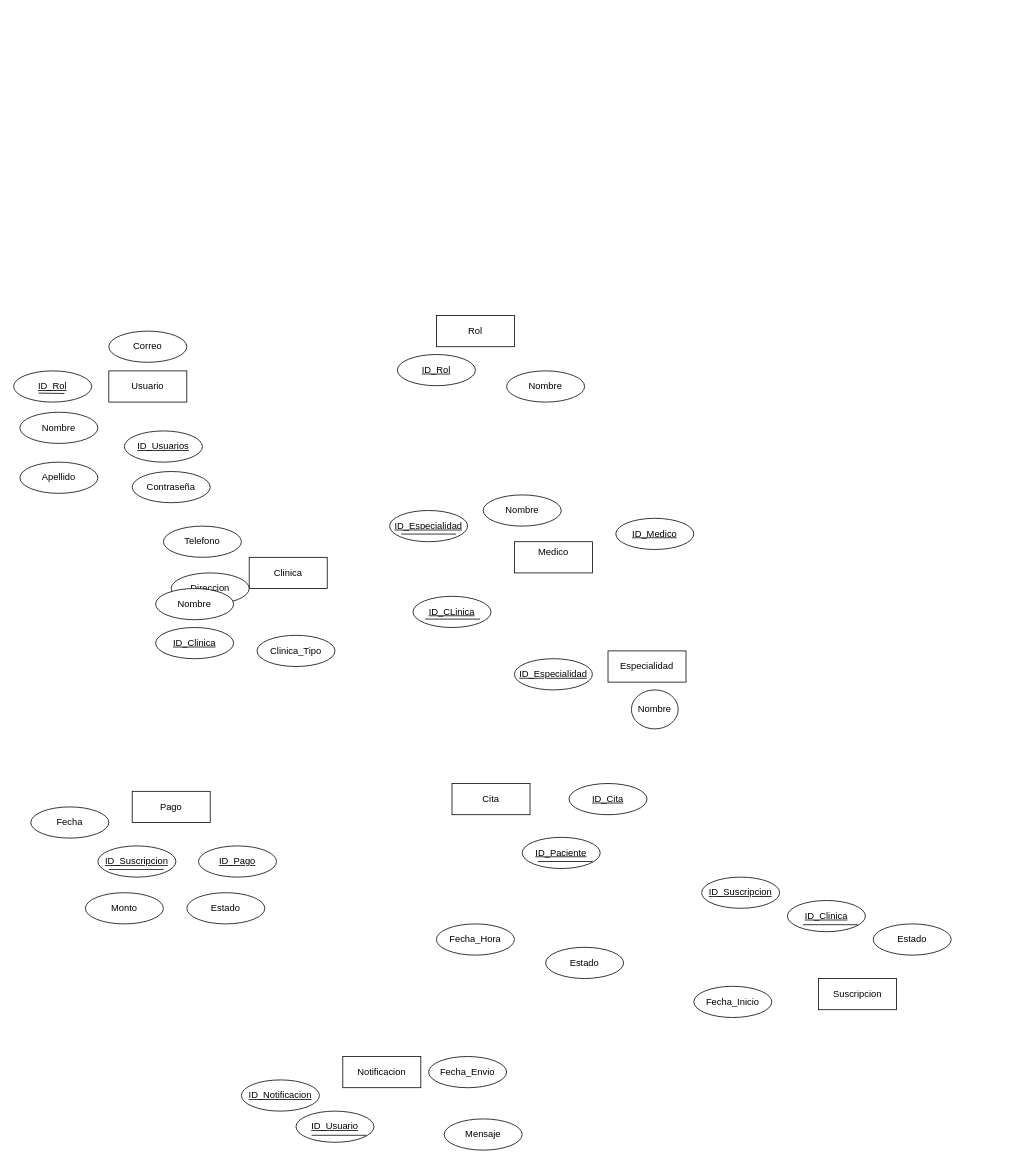
The draw.io diagram ProyectoBasedeDatos.drawio in Csandoval-dev/EtlExamenI, before the edit. Source tidied: cells renumbered, new cells numbered last; positions are measured from the earlier drawing's top-left corner, leaving out a move shared by most shapes. Both pictures are drawn from the tidied source at 78%, with x=0, y=0 at pixel (13, 315).
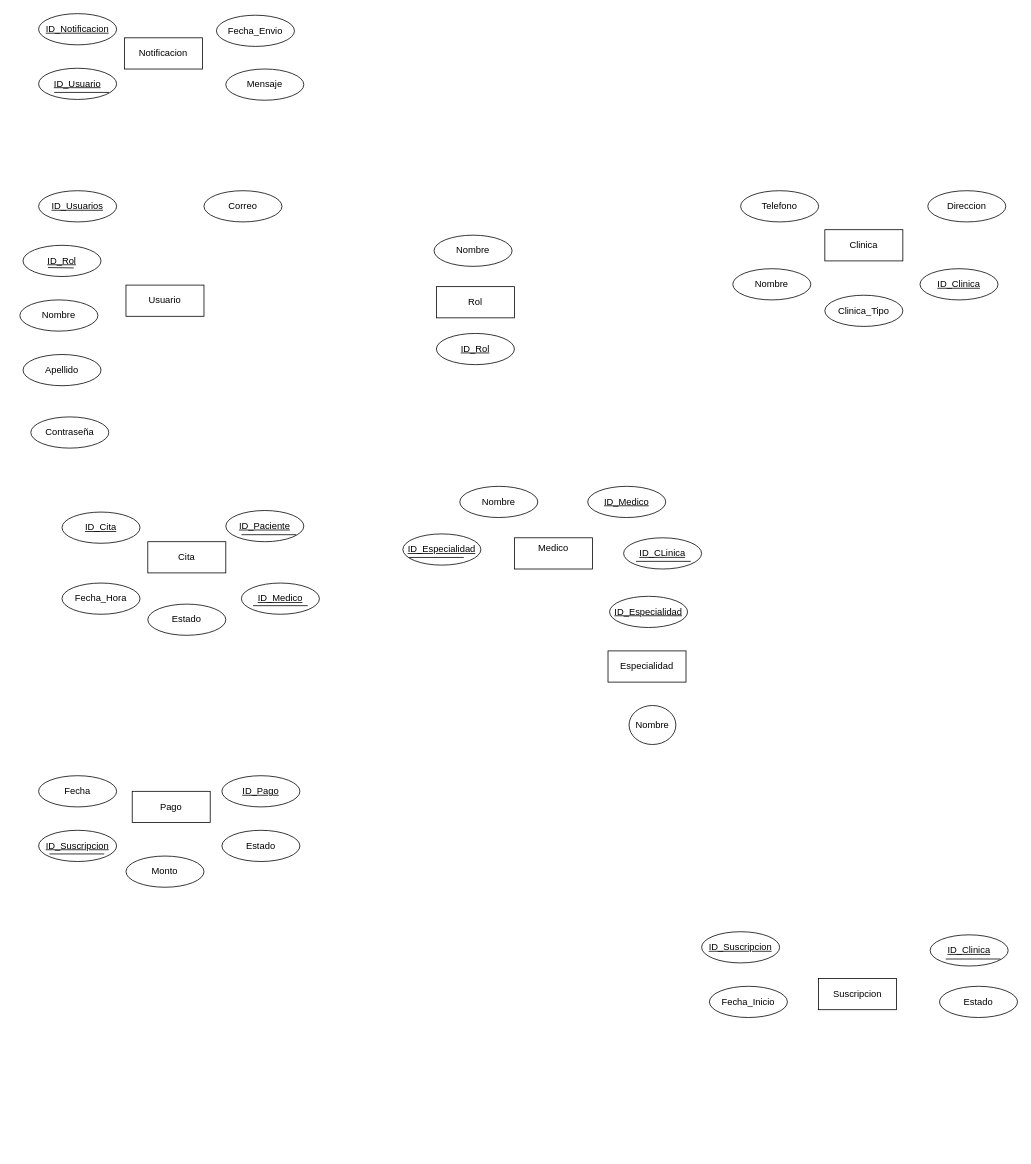
Above is the later version.

What changed in the source:
```diff
@@
     <mxCell id="2" value="Usuario" style="whiteSpace=wrap;html=1;align=center;" parent="1" vertex="1">
-      <mxGeometry x="122" y="71" width="100" height="40" as="geometry" />
+      <mxGeometry x="144" y="-39" width="100" height="40" as="geometry" />
     </mxCell>
     <mxCell id="3" value="Clinica" style="whiteSpace=wrap;html=1;align=center;" parent="1" vertex="1">
-      <mxGeometry x="302" y="310" width="100" height="40" as="geometry" />
+      <mxGeometry x="1040" y="-110" width="100" height="40" as="geometry" />
     </mxCell>
     <mxCell id="4" value="Medico&lt;div&gt;&lt;br&gt;&lt;/div&gt;" style="whiteSpace=wrap;html=1;align=center;" parent="1" vertex="1">
-      <mxGeometry x="642" y="290" width="100" height="40" as="geometry" />
+      <mxGeometry x="642" y="285" width="100" height="40" as="geometry" />
     </mxCell>
@@
     <mxCell id="8" value="ID_Rol" style="ellipse;whiteSpace=wrap;html=1;align=center;fontStyle=4;" parent="1" vertex="1">
-      <mxGeometry y="71" width="100" height="40" as="geometry" />
+      <mxGeometry x="12" y="-90" width="100" height="40" as="geometry" />
     </mxCell>
     <mxCell id="9" value="Nombre" style="ellipse;whiteSpace=wrap;html=1;align=center;" parent="1" vertex="1">
-      <mxGeometry x="8" y="124" width="100" height="40" as="geometry" />
+      <mxGeometry x="8" y="-20" width="100" height="40" as="geometry" />
     </mxCell>
     <mxCell id="10" value="Apellido" style="ellipse;whiteSpace=wrap;html=1;align=center;" parent="1" vertex="1">
-      <mxGeometry x="8" y="188" width="100" height="40" as="geometry" />
+      <mxGeometry x="12" y="50" width="100" height="40" as="geometry" />
     </mxCell>
     <mxCell id="11" value="Contraseña" style="ellipse;whiteSpace=wrap;html=1;align=center;" parent="1" vertex="1">
-      <mxGeometry x="152" y="200" width="100" height="40" as="geometry" />
+      <mxGeometry x="22" y="130" width="100" height="40" as="geometry" />
     </mxCell>
     <mxCell id="12" value="Correo" style="ellipse;whiteSpace=wrap;html=1;align=center;" parent="1" vertex="1">
-      <mxGeometry x="122" y="20" width="100" height="40" as="geometry" />
+      <mxGeometry x="244" y="-160" width="100" height="40" as="geometry" />
     </mxCell>
     <mxCell id="13" value="ID_Usuarios" style="ellipse;whiteSpace=wrap;html=1;align=center;fontStyle=4;" parent="1" vertex="1">
-      <mxGeometry x="142" y="148" width="100" height="40" as="geometry" />
+      <mxGeometry x="32" y="-160" width="100" height="40" as="geometry" />
     </mxCell>
     <mxCell id="14" style="endArrow=none;html=1;rounded=0;" parent="1" edge="1">
       <mxGeometry relative="1" as="geometry">
-        <mxPoint x="32" y="99.5" as="sourcePoint" />
-        <mxPoint x="65" y="100" as="targetPoint" />
+        <mxPoint x="44" y="-61.5" as="sourcePoint" />
+        <mxPoint x="77" y="-61" as="targetPoint" />
       </mxGeometry>
     </mxCell>
     <mxCell id="15" value="Rol" style="whiteSpace=wrap;html=1;align=center;" parent="1" vertex="1">
-      <mxGeometry x="542" width="100" height="40" as="geometry" />
+      <mxGeometry x="542" y="-37" width="100" height="40" as="geometry" />
     </mxCell>
     <mxCell id="16" value="ID_Rol" style="ellipse;whiteSpace=wrap;html=1;align=center;fontStyle=4;" parent="1" vertex="1">
-      <mxGeometry x="492" y="50" width="100" height="40" as="geometry" />
+      <mxGeometry x="542" y="23" width="100" height="40" as="geometry" />
     </mxCell>
     <mxCell id="17" value="Nombre" style="ellipse;whiteSpace=wrap;html=1;align=center;" parent="1" vertex="1">
-      <mxGeometry x="632" y="71" width="100" height="40" as="geometry" />
+      <mxGeometry x="539" y="-103" width="100" height="40" as="geometry" />
     </mxCell>
     <mxCell id="18" value="ID_Clinica" style="ellipse;whiteSpace=wrap;html=1;align=center;fontStyle=4;" parent="1" vertex="1">
-      <mxGeometry x="182" y="400" width="100" height="40" as="geometry" />
+      <mxGeometry x="1162" y="-60" width="100" height="40" as="geometry" />
     </mxCell>
     <mxCell id="19" value="Monto" style="ellipse;whiteSpace=wrap;html=1;align=center;" parent="1" vertex="1">
-      <mxGeometry x="92" y="740" width="100" height="40" as="geometry" />
+      <mxGeometry x="144" y="693" width="100" height="40" as="geometry" />
     </mxCell>
     <mxCell id="20" value="Telefono" style="ellipse;whiteSpace=wrap;html=1;align=center;" parent="1" vertex="1">
-      <mxGeometry x="192" y="270" width="100" height="40" as="geometry" />
+      <mxGeometry x="932" y="-160" width="100" height="40" as="geometry" />
     </mxCell>
     <mxCell id="21" value="Direccion" style="ellipse;whiteSpace=wrap;html=1;align=center;" parent="1" vertex="1">
-      <mxGeometry x="202" y="330" width="100" height="40" as="geometry" />
+      <mxGeometry x="1172" y="-160" width="100" height="40" as="geometry" />
     </mxCell>
     <mxCell id="22" value="Nombre" style="ellipse;whiteSpace=wrap;html=1;align=center;" parent="1" vertex="1">
-      <mxGeometry x="182" y="350" width="100" height="40" as="geometry" />
+      <mxGeometry x="922" y="-60" width="100" height="40" as="geometry" />
     </mxCell>
     <mxCell id="23" value="ID_Medico" style="ellipse;whiteSpace=wrap;html=1;align=center;fontStyle=4;" parent="1" vertex="1">
-      <mxGeometry x="772" y="260" width="100" height="40" as="geometry" />
+      <mxGeometry x="736" y="219" width="100" height="40" as="geometry" />
     </mxCell>
     <mxCell id="24" value="Nombre" style="ellipse;whiteSpace=wrap;html=1;align=center;" parent="1" vertex="1">
-      <mxGeometry x="792" y="480" width="60" height="50" as="geometry" />
+      <mxGeometry x="789" y="500" width="60" height="50" as="geometry" />
     </mxCell>
     <mxCell id="25" value="ID_Especialidad" style="ellipse;whiteSpace=wrap;html=1;align=center;fontStyle=4;" parent="1" vertex="1">
-      <mxGeometry x="482" y="250" width="100" height="40" as="geometry" />
+      <mxGeometry x="499" y="280" width="100" height="40" as="geometry" />
     </mxCell>
     <mxCell id="26" style="endArrow=none;html=1;rounded=0;exitX=0;exitY=1;exitDx=0;exitDy=0;entryX=1;entryY=1;entryDx=0;entryDy=0;" parent="1" edge="1">
       <mxGeometry relative="1" as="geometry">
-        <mxPoint x="496.9" y="280.2" as="sourcePoint" />
-        <mxPoint x="567.1" y="280.2" as="targetPoint" />
+        <mxPoint x="506.9" y="310.2" as="sourcePoint" />
+        <mxPoint x="577.1" y="310.2" as="targetPoint" />
       </mxGeometry>
     </mxCell>
     <mxCell id="27" value="ID_CLinica" style="ellipse;whiteSpace=wrap;html=1;align=center;fontStyle=4;" parent="1" vertex="1">
-      <mxGeometry x="512" y="360" width="100" height="40" as="geometry" />
+      <mxGeometry x="782" y="285" width="100" height="40" as="geometry" />
     </mxCell>
     <mxCell id="28" value="ID_Especialidad" style="ellipse;whiteSpace=wrap;html=1;align=center;fontStyle=4;" parent="1" vertex="1">
-      <mxGeometry x="642" y="440" width="100" height="40" as="geometry" />
+      <mxGeometry x="764" y="360" width="100" height="40" as="geometry" />
     </mxCell>
     <mxCell id="29" value="Nombre" style="ellipse;whiteSpace=wrap;html=1;align=center;" parent="1" vertex="1">
-      <mxGeometry x="602" y="230" width="100" height="40" as="geometry" />
+      <mxGeometry x="572" y="219" width="100" height="40" as="geometry" />
     </mxCell>
     <mxCell id="30" value="Cita" style="whiteSpace=wrap;html=1;align=center;" parent="1" vertex="1">
-      <mxGeometry x="562" y="600" width="100" height="40" as="geometry" />
+      <mxGeometry x="172" y="290" width="100" height="40" as="geometry" />
     </mxCell>
     <mxCell id="31" value="ID_Suscripcion" style="ellipse;whiteSpace=wrap;html=1;align=center;fontStyle=4;" parent="1" vertex="1">
-      <mxGeometry x="882" y="720" width="100" height="40" as="geometry" />
+      <mxGeometry x="882" y="790" width="100" height="40" as="geometry" />
     </mxCell>
     <mxCell id="32" value="ID_Paciente" style="ellipse;whiteSpace=wrap;html=1;align=center;fontStyle=4;" parent="1" vertex="1">
-      <mxGeometry x="652" y="669" width="100" height="40" as="geometry" />
+      <mxGeometry x="272" y="250" width="100" height="40" as="geometry" />
     </mxCell>
     <mxCell id="33" value="ID_Pago" style="ellipse;whiteSpace=wrap;html=1;align=center;fontStyle=4;" parent="1" vertex="1">
-      <mxGeometry x="237" y="680" width="100" height="40" as="geometry" />
+      <mxGeometry x="267" y="590" width="100" height="40" as="geometry" />
     </mxCell>
     <mxCell id="34" style="endArrow=none;html=1;rounded=0;exitX=0;exitY=1;exitDx=0;exitDy=0;entryX=1;entryY=1;entryDx=0;entryDy=0;" parent="1" edge="1">
       <mxGeometry relative="1" as="geometry">
-        <mxPoint x="527.9" y="389.2" as="sourcePoint" />
-        <mxPoint x="598.1" y="389.2" as="targetPoint" />
+        <mxPoint x="797.9" y="315.2" as="sourcePoint" />
+        <mxPoint x="868.1" y="315.2" as="targetPoint" />
       </mxGeometry>
     </mxCell>
     <mxCell id="35" style="endArrow=none;html=1;rounded=0;exitX=0;exitY=1;exitDx=0;exitDy=0;entryX=1;entryY=1;entryDx=0;entryDy=0;" parent="1" edge="1">
       <mxGeometry relative="1" as="geometry">
-        <mxPoint x="672" y="700" as="sourcePoint" />
-        <mxPoint x="742.2" y="700" as="targetPoint" />
+        <mxPoint x="292" y="281" as="sourcePoint" />
+        <mxPoint x="362.2" y="281" as="targetPoint" />
       </mxGeometry>
     </mxCell>
     <mxCell id="36" value="Fecha_Hora" style="ellipse;whiteSpace=wrap;html=1;align=center;" parent="1" vertex="1">
-      <mxGeometry x="542" y="780" width="100" height="40" as="geometry" />
+      <mxGeometry x="62" y="343" width="100" height="40" as="geometry" />
     </mxCell>
     <mxCell id="37" value="Estado" style="ellipse;whiteSpace=wrap;html=1;align=center;" parent="1" vertex="1">
-      <mxGeometry x="1102" y="780" width="100" height="40" as="geometry" />
+      <mxGeometry x="1187" y="860" width="100" height="40" as="geometry" />
     </mxCell>
     <mxCell id="38" value="ID_Suscripcion" style="ellipse;whiteSpace=wrap;html=1;align=center;fontStyle=4;" parent="1" vertex="1">
-      <mxGeometry x="108" y="680" width="100" height="40" as="geometry" />
+      <mxGeometry x="32" y="660" width="100" height="40" as="geometry" />
     </mxCell>
     <mxCell id="39" style="endArrow=none;html=1;rounded=0;exitX=0;exitY=1;exitDx=0;exitDy=0;entryX=1;entryY=1;entryDx=0;entryDy=0;" parent="1" edge="1">
       <mxGeometry relative="1" as="geometry">
-        <mxPoint x="122" y="710.3" as="sourcePoint" />
-        <mxPoint x="192.2" y="710.3" as="targetPoint" />
+        <mxPoint x="46" y="690.3" as="sourcePoint" />
+        <mxPoint x="116.2" y="690.3" as="targetPoint" />
       </mxGeometry>
     </mxCell>
     <mxCell id="40" value="Clinica_Tipo" style="ellipse;whiteSpace=wrap;html=1;align=center;" parent="1" vertex="1">
-      <mxGeometry x="312" y="410" width="100" height="40" as="geometry" />
+      <mxGeometry x="1040" y="-26" width="100" height="40" as="geometry" />
     </mxCell>
     <mxCell id="41" value="Fecha" style="ellipse;whiteSpace=wrap;html=1;align=center;" parent="1" vertex="1">
-      <mxGeometry x="22" y="630" width="100" height="40" as="geometry" />
+      <mxGeometry x="32" y="590" width="100" height="40" as="geometry" />
     </mxCell>
     <mxCell id="42" value="Estado" style="ellipse;whiteSpace=wrap;html=1;align=center;" parent="1" vertex="1">
-      <mxGeometry x="222" y="740" width="100" height="40" as="geometry" />
+      <mxGeometry x="267" y="660" width="100" height="40" as="geometry" />
     </mxCell>
     <mxCell id="43" value="ID_Cita" style="ellipse;whiteSpace=wrap;html=1;align=center;fontStyle=4;" parent="1" vertex="1">
-      <mxGeometry x="712" y="600" width="100" height="40" as="geometry" />
+      <mxGeometry x="62" y="252" width="100" height="40" as="geometry" />
     </mxCell>
     <mxCell id="44" value="ID_Clinica" style="ellipse;whiteSpace=wrap;html=1;align=center;fontStyle=4;" parent="1" vertex="1">
-      <mxGeometry x="992" y="750" width="100" height="40" as="geometry" />
+      <mxGeometry x="1175" y="794" width="100" height="40" as="geometry" />
     </mxCell>
     <mxCell id="45" style="endArrow=none;html=1;rounded=0;exitX=0;exitY=1;exitDx=0;exitDy=0;entryX=1;entryY=1;entryDx=0;entryDy=0;" parent="1" edge="1">
       <mxGeometry relative="1" as="geometry">
-        <mxPoint x="1012" y="781" as="sourcePoint" />
-        <mxPoint x="1082.2" y="781" as="targetPoint" />
+        <mxPoint x="1195" y="825" as="sourcePoint" />
+        <mxPoint x="1265.2" y="825" as="targetPoint" />
       </mxGeometry>
     </mxCell>
     <mxCell id="46" value="Fecha_Inicio" style="ellipse;whiteSpace=wrap;html=1;align=center;" parent="1" vertex="1">
-      <mxGeometry x="872" y="860" width="100" height="40" as="geometry" />
+      <mxGeometry x="892" y="860" width="100" height="40" as="geometry" />
     </mxCell>
     <mxCell id="47" value="Mensaje" style="ellipse;whiteSpace=wrap;html=1;align=center;" parent="1" vertex="1">
-      <mxGeometry x="552" y="1030" width="100" height="40" as="geometry" />
+      <mxGeometry x="272" y="-316" width="100" height="40" as="geometry" />
     </mxCell>
     <mxCell id="48" value="Notificacion" style="whiteSpace=wrap;html=1;align=center;" parent="1" vertex="1">
-      <mxGeometry x="422" y="950" width="100" height="40" as="geometry" />
+      <mxGeometry x="142" y="-356" width="100" height="40" as="geometry" />
     </mxCell>
     <mxCell id="49" value="ID_Notificacion" style="ellipse;whiteSpace=wrap;html=1;align=center;fontStyle=4;" parent="1" vertex="1">
-      <mxGeometry x="292" y="980" width="100" height="40" as="geometry" />
+      <mxGeometry x="32" y="-387" width="100" height="40" as="geometry" />
     </mxCell>
     <mxCell id="50" value="ID_Usuario" style="ellipse;whiteSpace=wrap;html=1;align=center;fontStyle=4;" parent="1" vertex="1">
-      <mxGeometry x="362" y="1020" width="100" height="40" as="geometry" />
+      <mxGeometry x="32" y="-317" width="100" height="40" as="geometry" />
     </mxCell>
     <mxCell id="51" style="endArrow=none;html=1;rounded=0;exitX=0;exitY=1;exitDx=0;exitDy=0;entryX=1;entryY=1;entryDx=0;entryDy=0;" parent="1" edge="1">
       <mxGeometry relative="1" as="geometry">
-        <mxPoint x="382" y="1051" as="sourcePoint" />
-        <mxPoint x="452.2" y="1051" as="targetPoint" />
+        <mxPoint x="52" y="-286" as="sourcePoint" />
+        <mxPoint x="122.2" y="-286" as="targetPoint" />
       </mxGeometry>
     </mxCell>
     <mxCell id="52" value="Estado" style="ellipse;whiteSpace=wrap;html=1;align=center;" parent="1" vertex="1">
-      <mxGeometry x="682" y="810" width="100" height="40" as="geometry" />
+      <mxGeometry x="172" y="370" width="100" height="40" as="geometry" />
     </mxCell>
     <mxCell id="53" value="Fecha_Envio" style="ellipse;whiteSpace=wrap;html=1;align=center;" parent="1" vertex="1">
-      <mxGeometry x="532" y="950" width="100" height="40" as="geometry" />
+      <mxGeometry x="260" y="-385" width="100" height="40" as="geometry" />
     </mxCell>
+    <mxCell id="54" value="ID_Medico" style="ellipse;whiteSpace=wrap;html=1;align=center;fontStyle=4;" parent="1" vertex="1">
+      <mxGeometry x="292" y="343" width="100" height="40" as="geometry" />
+    </mxCell>
+    <mxCell id="55" style="endArrow=none;html=1;rounded=0;exitX=0;exitY=1;exitDx=0;exitDy=0;entryX=1;entryY=1;entryDx=0;entryDy=0;" parent="1" edge="1">
+      <mxGeometry relative="1" as="geometry">
+        <mxPoint x="306.9" y="372" as="sourcePoint" />
+        <mxPoint x="377.1" y="372" as="targetPoint" />
+      </mxGeometry>
+    </mxCell>
```
